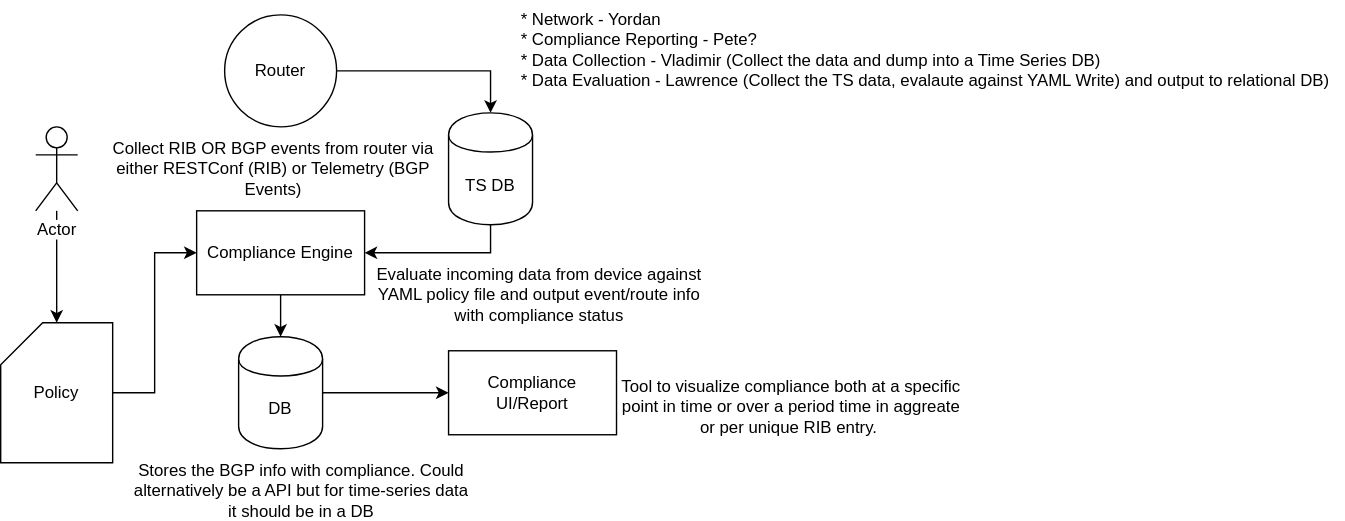
Above: docs/SystemDesign.drawio.svg in petermoorey/NANOG-80-Hackathon (draw.io), before the change. Source tidied: cells renumbered, new cells last; positions are measured from the earlier drawing's top-left corner, leaving out a move shared by most shapes. Its diagram source:
```xml
<mxGraphModel>
  <root>
    <mxCell id="0" />
    <mxCell id="1" parent="0" />
    <mxCell id="2" style="edgeStyle=orthogonalEdgeStyle;rounded=0;jettySize=auto;html=1;exitX=1;exitY=0.5;exitDx=0;exitDy=0;exitPerimeter=0;entryX=0;entryY=0.5;entryDx=0;entryDy=0;" parent="1" edge="1" source="3" target="10">
      <mxGeometry relative="1" as="geometry" />
    </mxCell>
    <mxCell id="3" value="Policy" style="shape=card;whiteSpace=wrap;html=1;" parent="1" vertex="1">
      <mxGeometry y="230" width="80" height="100" as="geometry" />
    </mxCell>
    <mxCell id="4" style="edgeStyle=orthogonalEdgeStyle;rounded=0;jettySize=auto;html=1;" parent="1" edge="1" source="5" target="3">
      <mxGeometry relative="1" as="geometry" />
    </mxCell>
    <mxCell id="5" value="Actor" style="shape=umlActor;verticalLabelPosition=bottom;labelBackgroundColor=#ffffff;verticalAlign=top;html=1;outlineConnect=0;" parent="1" vertex="1">
      <mxGeometry x="25" y="90" width="30" height="60" as="geometry" />
    </mxCell>
    <mxCell id="6" value="Compliance UI/Report" style="rounded=0;whiteSpace=wrap;html=1;" parent="1" vertex="1">
      <mxGeometry x="320" y="250" width="120" height="60" as="geometry" />
    </mxCell>
    <mxCell id="7" style="edgeStyle=orthogonalEdgeStyle;rounded=0;jettySize=auto;html=1;exitX=1;exitY=0.5;exitDx=0;exitDy=0;entryX=0.5;entryY=0;entryDx=0;entryDy=0;" parent="1" edge="1" source="8" target="19">
      <mxGeometry relative="1" as="geometry" />
    </mxCell>
    <mxCell id="8" value="Router" style="ellipse;whiteSpace=wrap;html=1;" parent="1" vertex="1">
      <mxGeometry x="160" y="10" width="80" height="80" as="geometry" />
    </mxCell>
    <mxCell id="9" style="edgeStyle=orthogonalEdgeStyle;rounded=0;jettySize=auto;html=1;exitX=0.5;exitY=1;exitDx=0;exitDy=0;entryX=0.5;entryY=0;entryDx=0;entryDy=0;" parent="1" edge="1" source="10" target="12">
      <mxGeometry relative="1" as="geometry" />
    </mxCell>
    <mxCell id="10" value="Compliance Engine" style="rounded=0;whiteSpace=wrap;html=1;" parent="1" vertex="1">
      <mxGeometry x="140" y="150" width="120" height="60" as="geometry" />
    </mxCell>
    <mxCell id="11" style="edgeStyle=orthogonalEdgeStyle;rounded=0;jettySize=auto;html=1;exitX=1;exitY=0.5;exitDx=0;exitDy=0;" parent="1" edge="1" source="12" target="6">
      <mxGeometry relative="1" as="geometry" />
    </mxCell>
    <mxCell id="12" value="DB" style="shape=cylinder;whiteSpace=wrap;html=1;boundedLbl=1;backgroundOutline=1;" parent="1" vertex="1">
      <mxGeometry x="170" y="240" width="60" height="80" as="geometry" />
    </mxCell>
    <mxCell id="13" value="Collect RIB OR BGP events from router via either RESTConf (RIB) or Telemetry (BGP Events)" style="text;html=1;strokeColor=none;fillColor=none;align=center;verticalAlign=middle;whiteSpace=wrap;rounded=0;" parent="1" vertex="1">
      <mxGeometry x="70" y="110" width="250" height="20" as="geometry" />
    </mxCell>
    <mxCell id="14" value="Evaluate incoming data from device against YAML policy file and output event/route info with compliance status" style="text;html=1;strokeColor=none;fillColor=none;align=center;verticalAlign=middle;whiteSpace=wrap;rounded=0;" parent="1" vertex="1">
      <mxGeometry x="260" y="200" width="250" height="20" as="geometry" />
    </mxCell>
    <mxCell id="15" value="Stores the BGP info with compliance. Could alternatively be a API but for time-series data it should be in a DB" style="text;html=1;strokeColor=none;fillColor=none;align=center;verticalAlign=middle;whiteSpace=wrap;rounded=0;" parent="1" vertex="1">
      <mxGeometry x="90" y="340" width="250" height="20" as="geometry" />
    </mxCell>
    <mxCell id="16" value="Tool to visualize compliance both at a specific point in time or over a period time in aggreate or per unique RIB entry.&amp;nbsp;" style="text;html=1;strokeColor=none;fillColor=none;align=center;verticalAlign=middle;whiteSpace=wrap;rounded=0;" parent="1" vertex="1">
      <mxGeometry x="440" y="280" width="250" height="20" as="geometry" />
    </mxCell>
    <mxCell id="17" value="* Network - Yordan&lt;br&gt;* Compliance Reporting - Pete?&lt;br&gt;* Data Collection - Vladimir (Collect the data and dump into a Time Series DB)&lt;br&gt;* Data Evaluation - Lawrence (Collect the TS data, evalaute against YAML Write) and output to relational DB)" style="text;html=1;strokeColor=none;fillColor=none;align=left;verticalAlign=middle;whiteSpace=wrap;rounded=0;" parent="1" vertex="1">
      <mxGeometry x="370" width="590" height="70" as="geometry" />
    </mxCell>
    <mxCell id="18" style="edgeStyle=orthogonalEdgeStyle;rounded=0;jettySize=auto;html=1;exitX=0.5;exitY=1;exitDx=0;exitDy=0;entryX=1;entryY=0.5;entryDx=0;entryDy=0;" parent="1" edge="1" source="19" target="10">
      <mxGeometry relative="1" as="geometry" />
    </mxCell>
    <mxCell id="19" value="TS DB" style="shape=cylinder;whiteSpace=wrap;html=1;boundedLbl=1;backgroundOutline=1;" parent="1" vertex="1">
      <mxGeometry x="320" y="80" width="60" height="80" as="geometry" />
    </mxCell>
  </root>
</mxGraphModel>
```
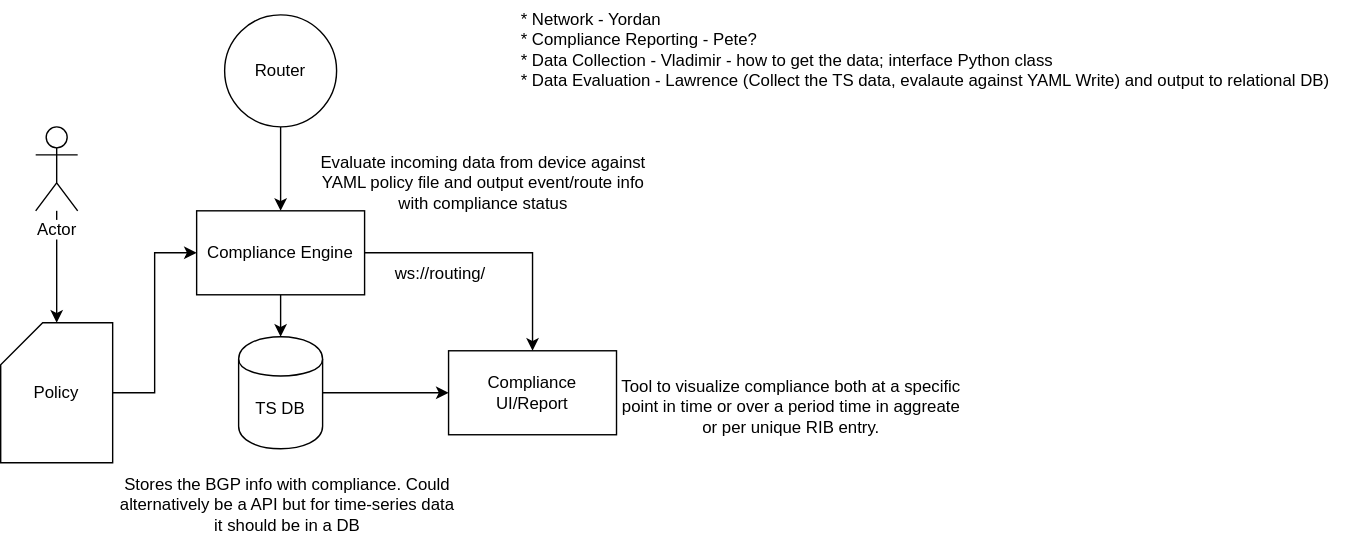
Above is the later version.

Commit message:
Updated digram with TS data

The edit, as a diff of the source:
```diff
@@ -17,44 +17,45 @@
     <mxCell id="6" value="Compliance UI/Report" style="rounded=0;whiteSpace=wrap;html=1;" parent="1" vertex="1">
       <mxGeometry x="320" y="250" width="120" height="60" as="geometry" />
     </mxCell>
-    <mxCell id="7" style="edgeStyle=orthogonalEdgeStyle;rounded=0;jettySize=auto;html=1;exitX=1;exitY=0.5;exitDx=0;exitDy=0;entryX=0.5;entryY=0;entryDx=0;entryDy=0;" parent="1" edge="1" source="8" target="19">
+    <mxCell id="7" style="edgeStyle=orthogonalEdgeStyle;rounded=0;jettySize=auto;html=1;exitX=0.5;exitY=1;exitDx=0;exitDy=0;" parent="1" edge="1" source="8" target="10">
       <mxGeometry relative="1" as="geometry" />
     </mxCell>
     <mxCell id="8" value="Router" style="ellipse;whiteSpace=wrap;html=1;" parent="1" vertex="1">
       <mxGeometry x="160" y="10" width="80" height="80" as="geometry" />
     </mxCell>
-    <mxCell id="9" style="edgeStyle=orthogonalEdgeStyle;rounded=0;jettySize=auto;html=1;exitX=0.5;exitY=1;exitDx=0;exitDy=0;entryX=0.5;entryY=0;entryDx=0;entryDy=0;" parent="1" edge="1" source="10" target="12">
-      <mxGeometry relative="1" as="geometry" />
+    <mxCell id="9" style="edgeStyle=orthogonalEdgeStyle;rounded=0;jettySize=auto;html=1;exitX=0.5;exitY=1;exitDx=0;exitDy=0;entryX=0.5;entryY=0;entryDx=0;entryDy=0;" parent="1" edge="1" source="10">
+      <mxGeometry relative="1" as="geometry">
+        <mxPoint x="200" y="240" as="targetPoint" />
+      </mxGeometry>
     </mxCell>
+    <mxCell id="20" style="edgeStyle=orthogonalEdgeStyle;rounded=0;jettySize=auto;html=1;exitX=1;exitY=0.5;exitDx=0;exitDy=0;entryX=0.5;entryY=0;entryDx=0;entryDy=0;" parent="1" edge="1" source="10" target="6">
+      <mxGeometry relative="1" as="geometry" />
+    </mxCell>
     <mxCell id="10" value="Compliance Engine" style="rounded=0;whiteSpace=wrap;html=1;" parent="1" vertex="1">
       <mxGeometry x="140" y="150" width="120" height="60" as="geometry" />
     </mxCell>
-    <mxCell id="11" style="edgeStyle=orthogonalEdgeStyle;rounded=0;jettySize=auto;html=1;exitX=1;exitY=0.5;exitDx=0;exitDy=0;" parent="1" edge="1" source="12" target="6">
-      <mxGeometry relative="1" as="geometry" />
+    <mxCell id="11" style="edgeStyle=orthogonalEdgeStyle;rounded=0;jettySize=auto;html=1;exitX=1;exitY=0.5;exitDx=0;exitDy=0;" parent="1" edge="1" target="6">
+      <mxGeometry relative="1" as="geometry">
+        <mxPoint x="230" y="280" as="sourcePoint" />
+      </mxGeometry>
     </mxCell>
-    <mxCell id="12" value="DB" style="shape=cylinder;whiteSpace=wrap;html=1;boundedLbl=1;backgroundOutline=1;" parent="1" vertex="1">
-      <mxGeometry x="170" y="240" width="60" height="80" as="geometry" />
-    </mxCell>
-    <mxCell id="13" value="Collect RIB OR BGP events from router via either RESTConf (RIB) or Telemetry (BGP Events)" style="text;html=1;strokeColor=none;fillColor=none;align=center;verticalAlign=middle;whiteSpace=wrap;rounded=0;" parent="1" vertex="1">
-      <mxGeometry x="70" y="110" width="250" height="20" as="geometry" />
-    </mxCell>
     <mxCell id="14" value="Evaluate incoming data from device against YAML policy file and output event/route info with compliance status" style="text;html=1;strokeColor=none;fillColor=none;align=center;verticalAlign=middle;whiteSpace=wrap;rounded=0;" parent="1" vertex="1">
-      <mxGeometry x="260" y="200" width="250" height="20" as="geometry" />
+      <mxGeometry x="220" y="120" width="250" height="20" as="geometry" />
     </mxCell>
     <mxCell id="15" value="Stores the BGP info with compliance. Could alternatively be a API but for time-series data it should be in a DB" style="text;html=1;strokeColor=none;fillColor=none;align=center;verticalAlign=middle;whiteSpace=wrap;rounded=0;" parent="1" vertex="1">
-      <mxGeometry x="90" y="340" width="250" height="20" as="geometry" />
+      <mxGeometry x="80" y="350" width="250" height="20" as="geometry" />
     </mxCell>
     <mxCell id="16" value="Tool to visualize compliance both at a specific point in time or over a period time in aggreate or per unique RIB entry.&amp;nbsp;" style="text;html=1;strokeColor=none;fillColor=none;align=center;verticalAlign=middle;whiteSpace=wrap;rounded=0;" parent="1" vertex="1">
       <mxGeometry x="440" y="280" width="250" height="20" as="geometry" />
     </mxCell>
-    <mxCell id="17" value="* Network - Yordan&lt;br&gt;* Compliance Reporting - Pete?&lt;br&gt;* Data Collection - Vladimir (Collect the data and dump into a Time Series DB)&lt;br&gt;* Data Evaluation - Lawrence (Collect the TS data, evalaute against YAML Write) and output to relational DB)" style="text;html=1;strokeColor=none;fillColor=none;align=left;verticalAlign=middle;whiteSpace=wrap;rounded=0;" parent="1" vertex="1">
+    <mxCell id="17" value="* Network - Yordan&lt;br&gt;* Compliance Reporting - Pete?&lt;br&gt;* Data Collection - Vladimir - how to get the data; interface Python class&lt;br&gt;* Data Evaluation - Lawrence (Collect the TS data, evalaute against YAML Write) and output to relational DB)" style="text;html=1;strokeColor=none;fillColor=none;align=left;verticalAlign=middle;whiteSpace=wrap;rounded=0;" parent="1" vertex="1">
       <mxGeometry x="370" width="590" height="70" as="geometry" />
     </mxCell>
-    <mxCell id="18" style="edgeStyle=orthogonalEdgeStyle;rounded=0;jettySize=auto;html=1;exitX=0.5;exitY=1;exitDx=0;exitDy=0;entryX=1;entryY=0.5;entryDx=0;entryDy=0;" parent="1" edge="1" source="19" target="10">
-      <mxGeometry relative="1" as="geometry" />
-    </mxCell>
     <mxCell id="19" value="TS DB" style="shape=cylinder;whiteSpace=wrap;html=1;boundedLbl=1;backgroundOutline=1;" parent="1" vertex="1">
-      <mxGeometry x="320" y="80" width="60" height="80" as="geometry" />
+      <mxGeometry x="170" y="240" width="60" height="80" as="geometry" />
     </mxCell>
+    <mxCell id="21" value="ws://routing/" style="text;html=1;strokeColor=none;fillColor=none;align=left;verticalAlign=middle;whiteSpace=wrap;rounded=0;" parent="1" vertex="1">
+      <mxGeometry x="280" y="160" width="590" height="70" as="geometry" />
+    </mxCell>
   </root>
 </mxGraphModel>
```
